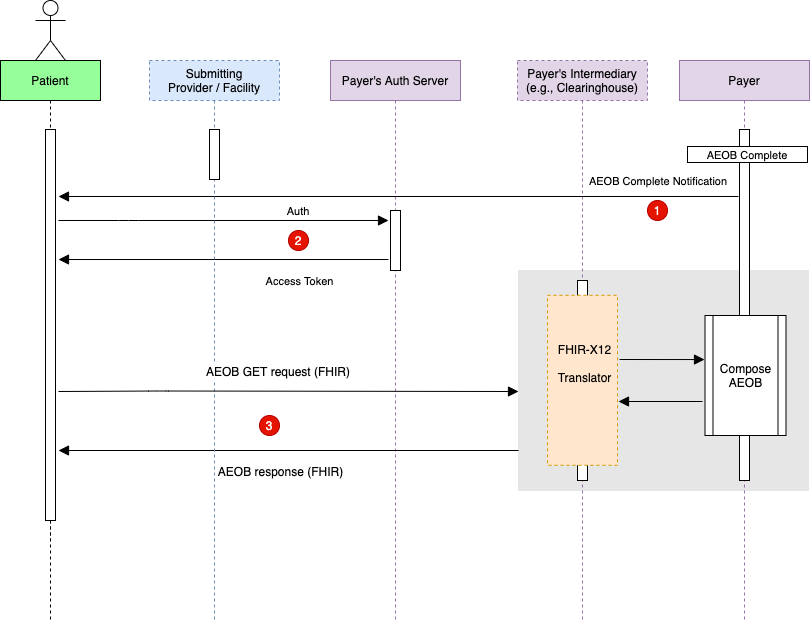
Earlier version of the draw.io export input/images/GetAEOB.drawio.png (HL7/davinci-pct). Source tidied: cells renumbered, new cells last; positions are measured from the earlier drawing's top-left corner, leaving out a move shared by most shapes.
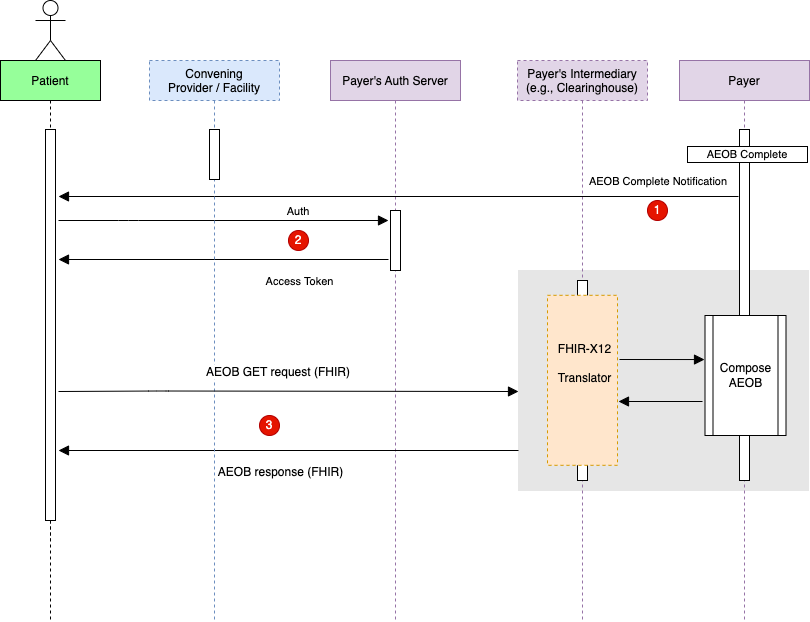
After the commit.

Commit message:
Change submitting provider to convening provider

Change to the diagram source:
```diff
@@ -109,7 +109,7 @@
         <mxPoint x="65" y="34" as="offset" />
       </mxGeometry>
     </mxCell>
-    <mxCell id="29" value="Submitting&#10;Provider / Facility" style="shape=umlLifeline;perimeter=lifelinePerimeter;rounded=0;shadow=0;strokeWidth=1;fillColor=#dae8fc;strokeColor=#6c8ebf;dashed=1;" parent="1" vertex="1">
+    <mxCell id="29" value="Convening&#10;Provider / Facility" style="shape=umlLifeline;perimeter=lifelinePerimeter;rounded=0;shadow=0;strokeWidth=1;fillColor=#dae8fc;strokeColor=#6c8ebf;dashed=1;" parent="1" vertex="1">
       <mxGeometry x="149" y="60" width="130" height="560" as="geometry" />
     </mxCell>
     <mxCell id="30" style="perimeter=orthogonalPerimeter;rounded=0;shadow=0;strokeWidth=1;" parent="29" vertex="1">
```
